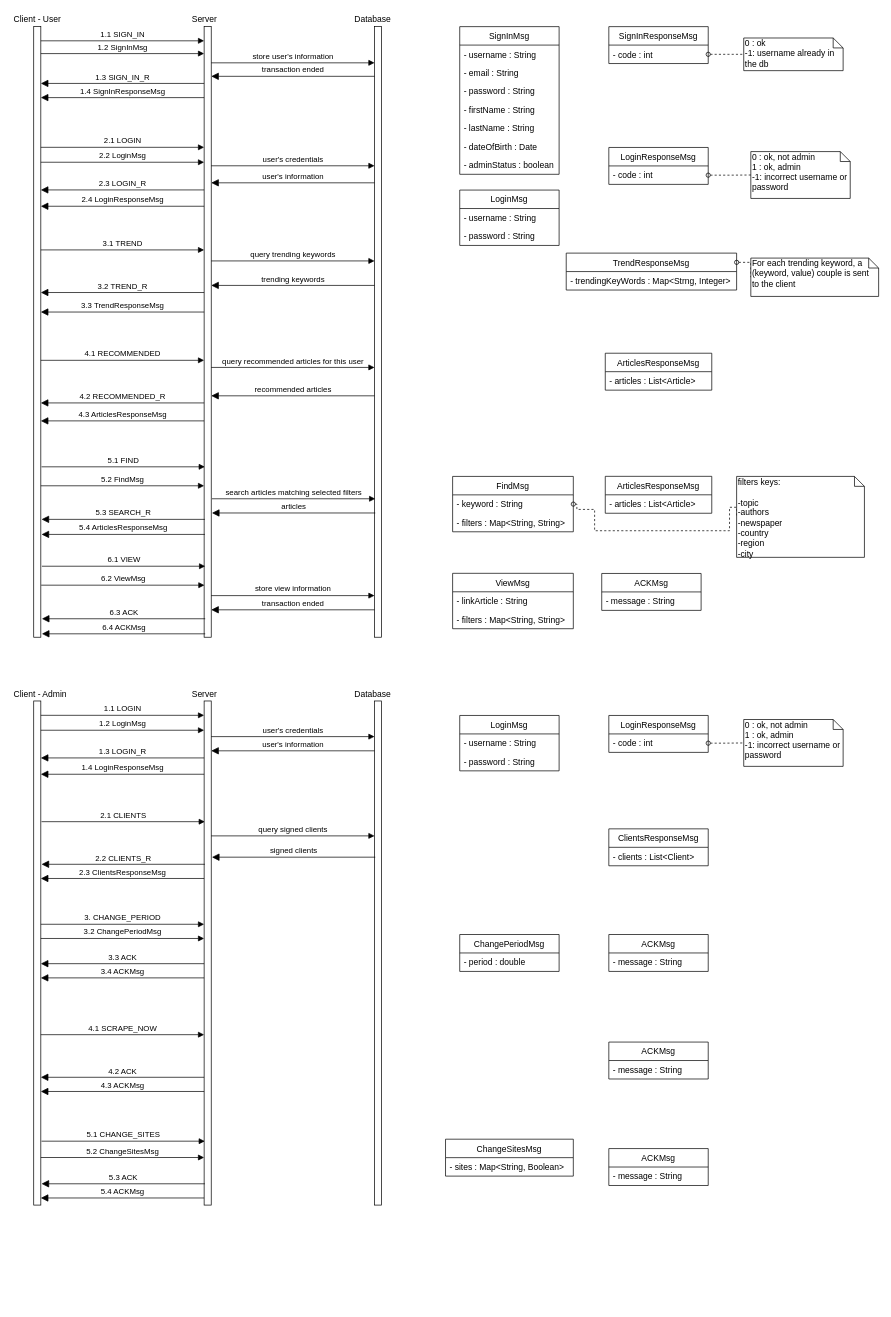
This is documents/protocol_uml_diagram/protocol.drawio from marcopettorali/lnpx_task2, a draw.io file, before an edit. Source tidied: cells renumbered, new cells numbered last; positions are measured from the earlier drawing's top-left corner, leaving out a move shared by most shapes. Both pictures are drawn from the tidied source at 71%, with x=0, y=0 at pixel (12, 12).
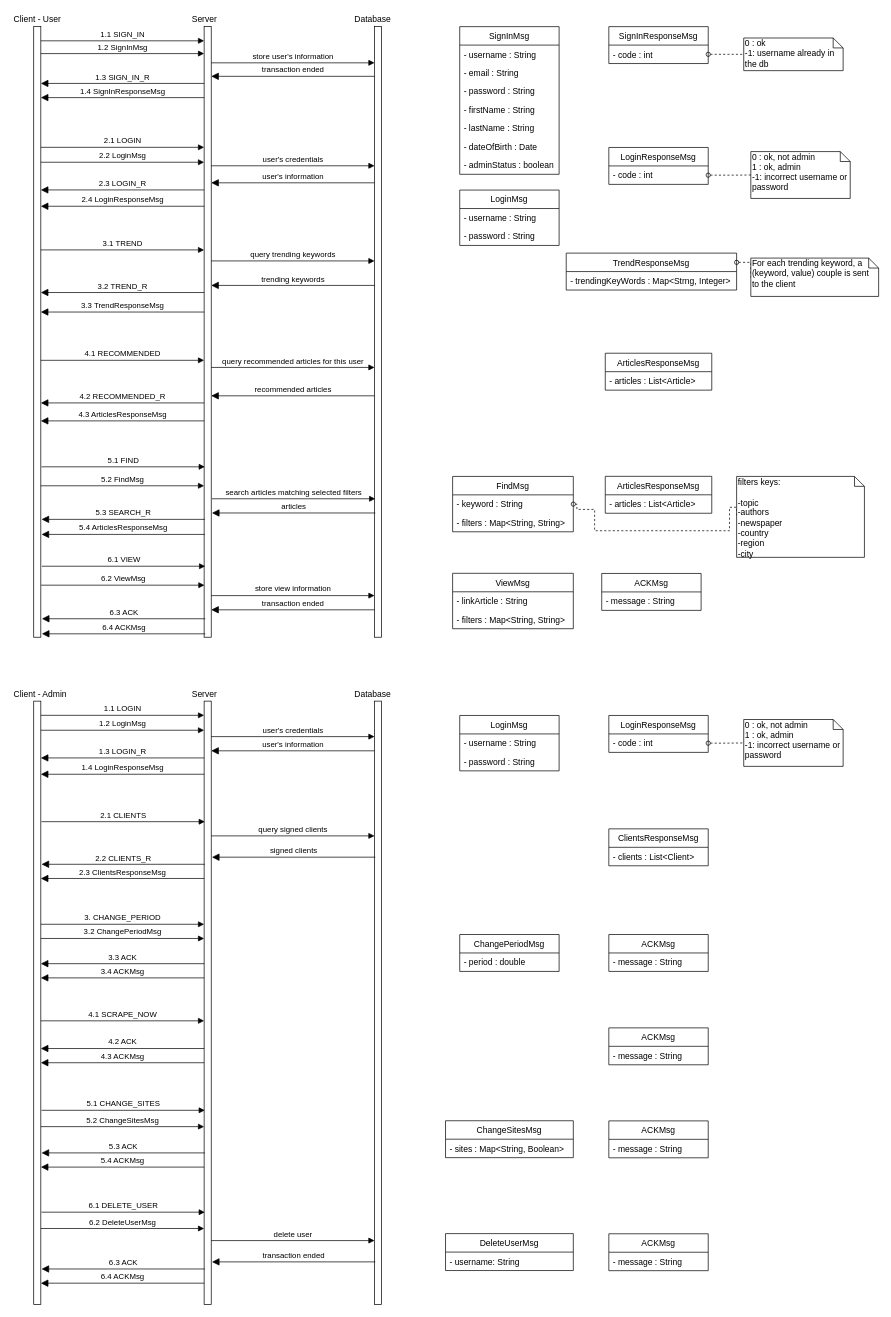
The same diagram, later.

What changed in the source:
```diff
@@
     <mxCell id="28" style="html=1;perimeter=orthogonalPerimeter;" parent="1" vertex="1">
-      <mxGeometry x="30" y="969.8" width="10" height="710" as="geometry" />
+      <mxGeometry x="30" y="970" width="10" height="850" as="geometry" />
     </mxCell>
@@
     <mxCell id="30" style="html=1;perimeter=orthogonalPerimeter;" parent="1" vertex="1">
-      <mxGeometry x="270" y="969.8" width="10" height="710" as="geometry" />
+      <mxGeometry x="270" y="970" width="10" height="850" as="geometry" />
     </mxCell>
@@
     <mxCell id="32" style="html=1;perimeter=orthogonalPerimeter;" parent="1" vertex="1">
-      <mxGeometry x="510" y="969.8" width="10" height="710" as="geometry" />
+      <mxGeometry x="510" y="970" width="10" height="850" as="geometry" />
     </mxCell>
@@
     <mxCell id="36" value="4.1 SCRAPE_NOW" style="html=1;verticalAlign=bottom;startArrow=none;startFill=0;endArrow=block;startSize=8;" parent="1" edge="1">
       <mxGeometry relative="1" as="geometry">
-        <mxPoint x="40" y="1439.8" as="sourcePoint" />
-        <mxPoint x="270" y="1439.8" as="targetPoint" />
+        <mxPoint x="40" y="1420.3" as="sourcePoint" />
+        <mxPoint x="270" y="1420.3" as="targetPoint" />
       </mxGeometry>
     </mxCell>
     <mxCell id="37" value="4.2 ACK" style="html=1;verticalAlign=bottom;startArrow=block;startFill=1;endArrow=none;startSize=8;endFill=0;" parent="1" edge="1">
       <mxGeometry relative="1" as="geometry">
-        <mxPoint x="40" y="1499.8" as="sourcePoint" />
-        <mxPoint x="270" y="1499.8" as="targetPoint" />
+        <mxPoint x="40" y="1459.3" as="sourcePoint" />
+        <mxPoint x="270" y="1459.3" as="targetPoint" />
       </mxGeometry>
     </mxCell>
     <mxCell id="38" value="5.1 CHANGE_SITES" style="html=1;verticalAlign=bottom;startArrow=none;startFill=0;endArrow=block;startSize=8;" parent="1" edge="1">
       <mxGeometry relative="1" as="geometry">
-        <mxPoint x="41" y="1589.8" as="sourcePoint" />
-        <mxPoint x="271" y="1589.8" as="targetPoint" />
+        <mxPoint x="41" y="1546.3" as="sourcePoint" />
+        <mxPoint x="271" y="1546.3" as="targetPoint" />
       </mxGeometry>
     </mxCell>
     <mxCell id="39" value="5.3 ACK" style="html=1;verticalAlign=bottom;startArrow=block;startFill=1;endArrow=none;startSize=8;endFill=0;" parent="1" edge="1">
       <mxGeometry relative="1" as="geometry">
-        <mxPoint x="41" y="1649.8" as="sourcePoint" />
-        <mxPoint x="271" y="1649.8" as="targetPoint" />
+        <mxPoint x="41" y="1606.3" as="sourcePoint" />
+        <mxPoint x="271" y="1606.3" as="targetPoint" />
       </mxGeometry>
     </mxCell>
@@
     <mxCell id="88" value="4.3 ACKMsg" style="html=1;verticalAlign=bottom;startArrow=block;startFill=1;endArrow=none;startSize=8;endFill=0;" parent="1" edge="1">
       <mxGeometry relative="1" as="geometry">
-        <mxPoint x="40" y="1519.8" as="sourcePoint" />
-        <mxPoint x="270" y="1519.8" as="targetPoint" />
+        <mxPoint x="40" y="1479.3" as="sourcePoint" />
+        <mxPoint x="270" y="1479.3" as="targetPoint" />
       </mxGeometry>
     </mxCell>
     <mxCell id="89" value="5.4 ACKMsg" style="html=1;verticalAlign=bottom;startArrow=block;startFill=1;endArrow=none;startSize=8;endFill=0;" parent="1" edge="1">
       <mxGeometry relative="1" as="geometry">
-        <mxPoint x="40" y="1669.8" as="sourcePoint" />
-        <mxPoint x="270" y="1669.8" as="targetPoint" />
+        <mxPoint x="40" y="1626.3" as="sourcePoint" />
+        <mxPoint x="270" y="1626.3" as="targetPoint" />
       </mxGeometry>
     </mxCell>
@@
     <mxCell id="107" value="ACKMsg" style="swimlane;fontStyle=0;horizontal=1;startSize=26;fillColor=none;" parent="1" vertex="1">
-      <mxGeometry x="840" y="1450.2" width="140" height="52" as="geometry" />
+      <mxGeometry x="840" y="1430.2" width="140" height="52" as="geometry" />
     </mxCell>
@@
     <mxCell id="109" value="ACKMsg" style="swimlane;fontStyle=0;horizontal=1;startSize=26;fillColor=none;" parent="1" vertex="1">
-      <mxGeometry x="840" y="1600.2" width="140" height="52" as="geometry" />
+      <mxGeometry x="840" y="1561.2" width="140" height="52" as="geometry" />
     </mxCell>
@@
     <mxCell id="111" value="ChangeSitesMsg" style="swimlane;fontStyle=0;horizontal=1;startSize=26;fillColor=none;" parent="1" vertex="1">
-      <mxGeometry x="610" y="1587" width="180" height="52" as="geometry" />
+      <mxGeometry x="610" y="1561" width="180" height="52" as="geometry" />
     </mxCell>
@@
     <mxCell id="113" value="5.2 ChangeSitesMsg" style="html=1;verticalAlign=bottom;startArrow=none;startFill=0;endArrow=block;startSize=8;" parent="1" edge="1">
       <mxGeometry relative="1" as="geometry">
-        <mxPoint x="40" y="1612.8" as="sourcePoint" />
-        <mxPoint x="270" y="1612.8" as="targetPoint" />
+        <mxPoint x="40" y="1569.3" as="sourcePoint" />
+        <mxPoint x="270" y="1569.3" as="targetPoint" />
       </mxGeometry>
     </mxCell>
@@
+    <mxCell id="126" value="6.1 DELETE_USER" style="html=1;verticalAlign=bottom;startArrow=none;startFill=0;endArrow=block;startSize=8;" parent="1" edge="1">
+      <mxGeometry relative="1" as="geometry">
+        <mxPoint x="41" y="1689.8" as="sourcePoint" />
+        <mxPoint x="271" y="1689.8" as="targetPoint" />
+      </mxGeometry>
+    </mxCell>
+    <mxCell id="127" value="6.3 ACK" style="html=1;verticalAlign=bottom;startArrow=block;startFill=1;endArrow=none;startSize=8;endFill=0;" parent="1" edge="1">
+      <mxGeometry relative="1" as="geometry">
+        <mxPoint x="41" y="1769.8" as="sourcePoint" />
+        <mxPoint x="271" y="1769.8" as="targetPoint" />
+      </mxGeometry>
+    </mxCell>
+    <mxCell id="128" value="6.4 ACKMsg" style="html=1;verticalAlign=bottom;startArrow=block;startFill=1;endArrow=none;startSize=8;endFill=0;" parent="1" edge="1">
+      <mxGeometry relative="1" as="geometry">
+        <mxPoint x="40" y="1789.8" as="sourcePoint" />
+        <mxPoint x="270" y="1789.8" as="targetPoint" />
+      </mxGeometry>
+    </mxCell>
+    <mxCell id="129" value="6.2 DeleteUserMsg" style="html=1;verticalAlign=bottom;startArrow=none;startFill=0;endArrow=block;startSize=8;" parent="1" edge="1">
+      <mxGeometry relative="1" as="geometry">
+        <mxPoint x="40" y="1712.8" as="sourcePoint" />
+        <mxPoint x="270" y="1712.8" as="targetPoint" />
+      </mxGeometry>
+    </mxCell>
+    <mxCell id="130" value="delete user" style="html=1;verticalAlign=bottom;startArrow=none;startFill=0;endArrow=block;startSize=8;" parent="1" edge="1">
+      <mxGeometry relative="1" as="geometry">
+        <mxPoint x="280" y="1729.8" as="sourcePoint" />
+        <mxPoint x="510" y="1729.8" as="targetPoint" />
+      </mxGeometry>
+    </mxCell>
+    <mxCell id="131" value="transaction ended" style="html=1;verticalAlign=bottom;startArrow=block;startFill=1;endArrow=none;startSize=8;endFill=0;" parent="1" edge="1">
+      <mxGeometry relative="1" as="geometry">
+        <mxPoint x="281" y="1759.8" as="sourcePoint" />
+        <mxPoint x="511" y="1759.8" as="targetPoint" />
+      </mxGeometry>
+    </mxCell>
+    <mxCell id="132" value="ACKMsg" style="swimlane;fontStyle=0;horizontal=1;startSize=26;fillColor=none;" parent="1" vertex="1">
+      <mxGeometry x="840" y="1720.2" width="140" height="52" as="geometry" />
+    </mxCell>
+    <mxCell id="133" value="- message : String" style="text;strokeColor=none;fillColor=none;align=left;verticalAlign=top;spacingLeft=4;spacingRight=4;overflow=hidden;" parent="132" vertex="1">
+      <mxGeometry y="26" width="140" height="26" as="geometry" />
+    </mxCell>
+    <mxCell id="134" value="DeleteUserMsg" style="swimlane;fontStyle=0;horizontal=1;startSize=26;fillColor=none;" parent="1" vertex="1">
+      <mxGeometry x="610" y="1720" width="180" height="52" as="geometry" />
+    </mxCell>
+    <mxCell id="135" value="- username: String" style="text;strokeColor=none;fillColor=none;align=left;verticalAlign=top;spacingLeft=4;spacingRight=4;overflow=hidden;" parent="134" vertex="1">
+      <mxGeometry y="26" width="180" height="26" as="geometry" />
+    </mxCell>
```
